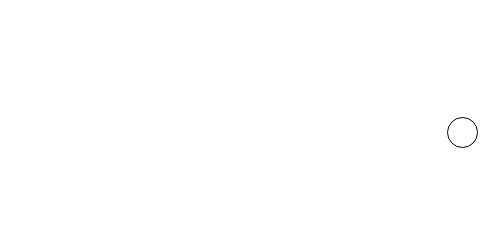
Before: 数据结构.drawio in hlcgithub/draw, a draw.io diagram. Source tidied: cells renumbered, new cells numbered last; positions are measured from the earlier drawing's top-left corner, leaving out a move shared by most shapes. Both pictures are drawn from the tidied source at 100%, with x=0, y=0 at pixel (447, 117).
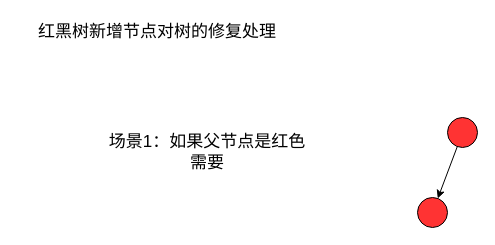
After the change.

Diff of the diagram source:
```diff
@@
 <mxGraphModel>
   <root>
     <mxCell id="0" />
     <mxCell id="1" parent="0" />
+    <mxCell id="3" style="rounded=0;jettySize=auto;html=1;" parent="1" edge="1" source="2" target="5">
+      <mxGeometry relative="1" as="geometry" />
+    </mxCell>
-    <mxCell id="2" style="ellipse;whiteSpace=wrap;html=1;" parent="1" vertex="1">
+    <mxCell id="2" style="ellipse;whiteSpace=wrap;html=1;fillColor=#FF3333;" parent="1" vertex="1">
       <mxGeometry width="30" height="30" as="geometry" />
     </mxCell>
+    <mxCell id="4" value="红黑树新增节点对树的修复处理" style="text;html=1;whiteSpace=wrap;strokeColor=none;fillColor=none;align=center;verticalAlign=middle;rounded=0;fontSize=17;" parent="1" vertex="1">
+      <mxGeometry x="-430" y="-100" width="280" height="30" as="geometry" />
+    </mxCell>
+    <mxCell id="5" style="ellipse;whiteSpace=wrap;html=1;fillColor=#FF3333;" parent="1" vertex="1">
+      <mxGeometry x="-30" y="80" width="30" height="30" as="geometry" />
+    </mxCell>
+    <mxCell id="6" value="场景1：如果父节点是红色&lt;div&gt;需要&lt;/div&gt;" style="text;html=1;whiteSpace=wrap;strokeColor=none;fillColor=none;align=center;verticalAlign=middle;rounded=0;fontSize=17;" parent="1" vertex="1">
+      <mxGeometry x="-380" y="20" width="280" height="30" as="geometry" />
+    </mxCell>
   </root>
 </mxGraphModel>
```
